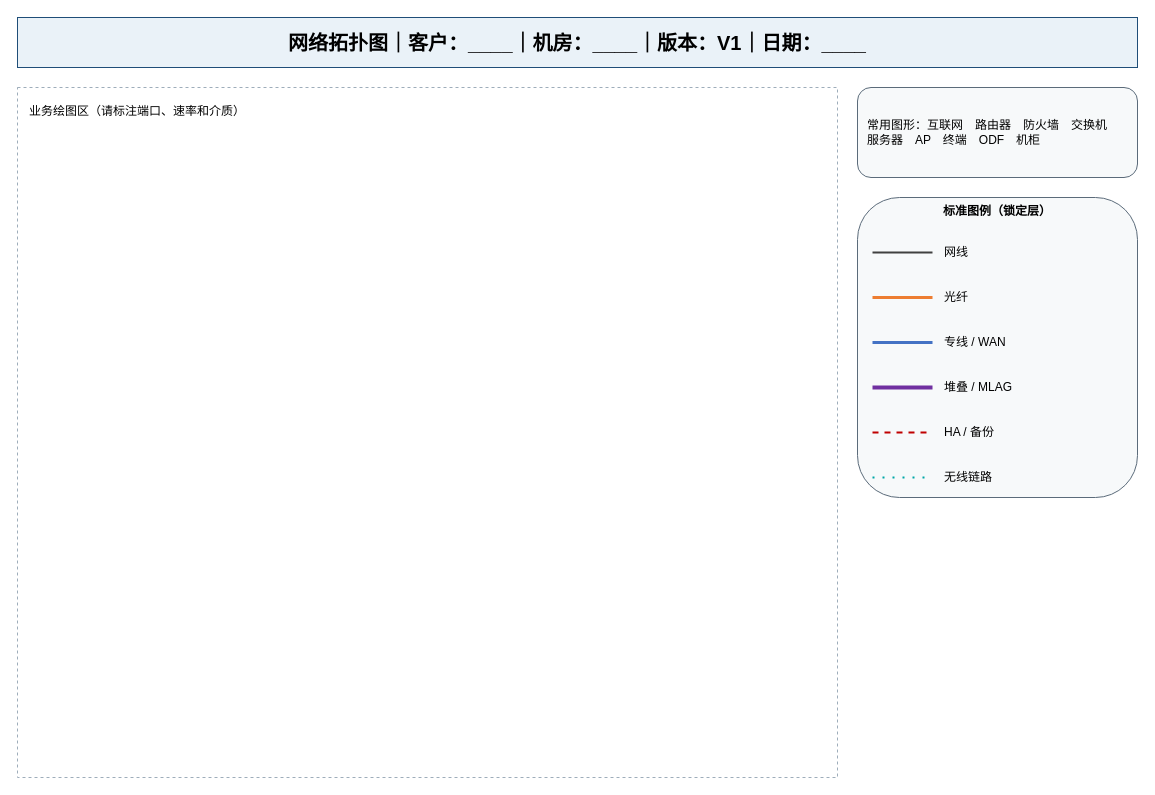
Earlier version of the draw.io diagram static/templates/standard-network-v1.drawio (fishensl/itsm-system). Source tidied: cells renumbered, new cells numbered last; positions are measured from the earlier drawing's top-left corner, leaving out a move shared by most shapes. Both pictures are drawn from the tidied source at 100%, with x=0, y=0 at pixel (17, 17).
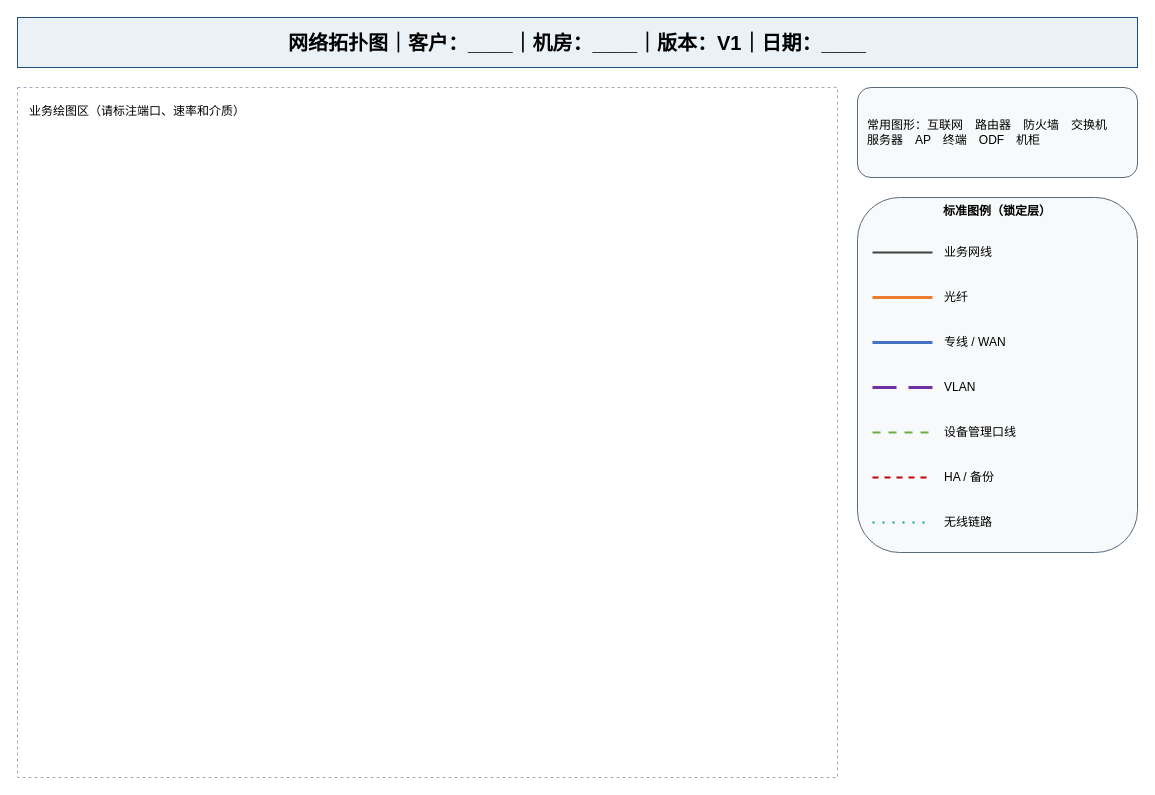
The same diagram, later.

Commit message (it also covers changes not shown here):
feat: refine topology standard legends

The edit, as a diff of the source:
```diff
@@
     <mxCell id="6" value="标准图例（锁定层）" style="rounded=1;whiteSpace=wrap;html=1;verticalAlign=top;fontStyle=1;fillColor=#F7F9FA;strokeColor=#5B6B7A;" parent="2" vertex="1">
-      <mxGeometry x="840" y="180" width="280" height="300" as="geometry" />
+      <mxGeometry x="840" y="180" width="280" height="355" as="geometry" />
     </mxCell>
@@
-    <mxCell id="8" value="网线" style="rounded=0;whiteSpace=wrap;html=1;align=left;strokeColor=none;fillColor=none;" parent="2" vertex="1">
+    <mxCell id="8" value="业务网线" style="rounded=0;whiteSpace=wrap;html=1;align=left;strokeColor=none;fillColor=none;" parent="2" vertex="1">
       <mxGeometry x="925" y="220" width="170" height="30" as="geometry" />
     </mxCell>
@@
-    <mxCell id="13" style="endArrow=none;strokeColor=#7030A0;strokeWidth=4;" parent="2" edge="1">
-      <mxGeometry relative="1" as="geometry">
-        <mxPoint x="855" y="370" as="sourcePoint" />
-        <mxPoint x="915" y="370" as="targetPoint" />
-      </mxGeometry>
-    </mxCell>
-    <mxCell id="14" value="堆叠 / MLAG" style="rounded=0;whiteSpace=wrap;html=1;align=left;strokeColor=none;fillColor=none;" parent="2" vertex="1">
-      <mxGeometry x="925" y="355" width="170" height="30" as="geometry" />
-    </mxCell>
+    <mxCell id="19" style="endArrow=none;strokeColor=#7030A0;strokeWidth=3;dashed=1;dashPattern=8 4;" parent="2" edge="1">
+      <mxGeometry relative="1" as="geometry">
+        <mxPoint x="855" y="370" as="sourcePoint" />
+        <mxPoint x="915" y="370" as="targetPoint" />
+      </mxGeometry>
+    </mxCell>
+    <mxCell id="20" value="VLAN" style="rounded=0;whiteSpace=wrap;html=1;align=left;strokeColor=none;fillColor=none;" parent="2" vertex="1">
+      <mxGeometry x="925" y="355" width="170" height="30" as="geometry" />
+    </mxCell>
+    <mxCell id="21" style="endArrow=none;strokeColor=#70AD47;strokeWidth=2;dashed=1;dashPattern=4 4;" parent="2" edge="1">
+      <mxGeometry relative="1" as="geometry">
+        <mxPoint x="855" y="415" as="sourcePoint" />
+        <mxPoint x="915" y="415" as="targetPoint" />
+      </mxGeometry>
+    </mxCell>
+    <mxCell id="22" value="设备管理口线" style="rounded=0;whiteSpace=wrap;html=1;align=left;strokeColor=none;fillColor=none;" parent="2" vertex="1">
+      <mxGeometry x="925" y="400" width="170" height="30" as="geometry" />
+    </mxCell>
     <mxCell id="15" style="endArrow=none;strokeColor=#C00000;strokeWidth=2;dashed=1;" parent="2" edge="1">
       <mxGeometry relative="1" as="geometry">
-        <mxPoint x="855" y="415" as="sourcePoint" />
-        <mxPoint x="915" y="415" as="targetPoint" />
+        <mxPoint x="855" y="460" as="sourcePoint" />
+        <mxPoint x="915" y="460" as="targetPoint" />
       </mxGeometry>
     </mxCell>
     <mxCell id="16" value="HA / 备份" style="rounded=0;whiteSpace=wrap;html=1;align=left;strokeColor=none;fillColor=none;" parent="2" vertex="1">
-      <mxGeometry x="925" y="400" width="170" height="30" as="geometry" />
+      <mxGeometry x="925" y="445" width="170" height="30" as="geometry" />
     </mxCell>
     <mxCell id="17" style="endArrow=none;strokeColor=#00A6A6;strokeWidth=2;dashed=1;dashPattern=1 4;" parent="2" edge="1">
       <mxGeometry relative="1" as="geometry">
-        <mxPoint x="855" y="460" as="sourcePoint" />
-        <mxPoint x="915" y="460" as="targetPoint" />
+        <mxPoint x="855" y="505" as="sourcePoint" />
+        <mxPoint x="915" y="505" as="targetPoint" />
       </mxGeometry>
     </mxCell>
     <mxCell id="18" value="无线链路" style="rounded=0;whiteSpace=wrap;html=1;align=left;strokeColor=none;fillColor=none;" parent="2" vertex="1">
-      <mxGeometry x="925" y="445" width="170" height="30" as="geometry" />
+      <mxGeometry x="925" y="490" width="170" height="30" as="geometry" />
     </mxCell>
```
